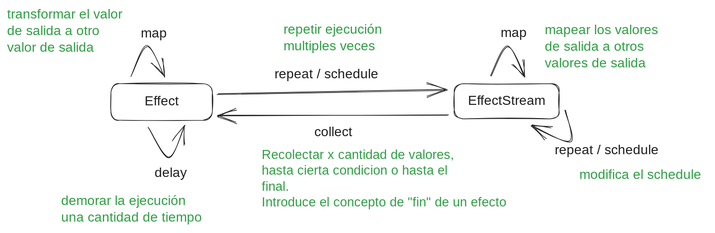
Above: packages/effecty/docs/effect-vs-effectstream-v1.excalidraw.svg in ulthar-software/ulthar-framework (Excalidraw), before the change. Source tidied: one line per element, renumbered; positions are measured from the earlier drawing's top-left corner, leaving out a move shared by most shapes.
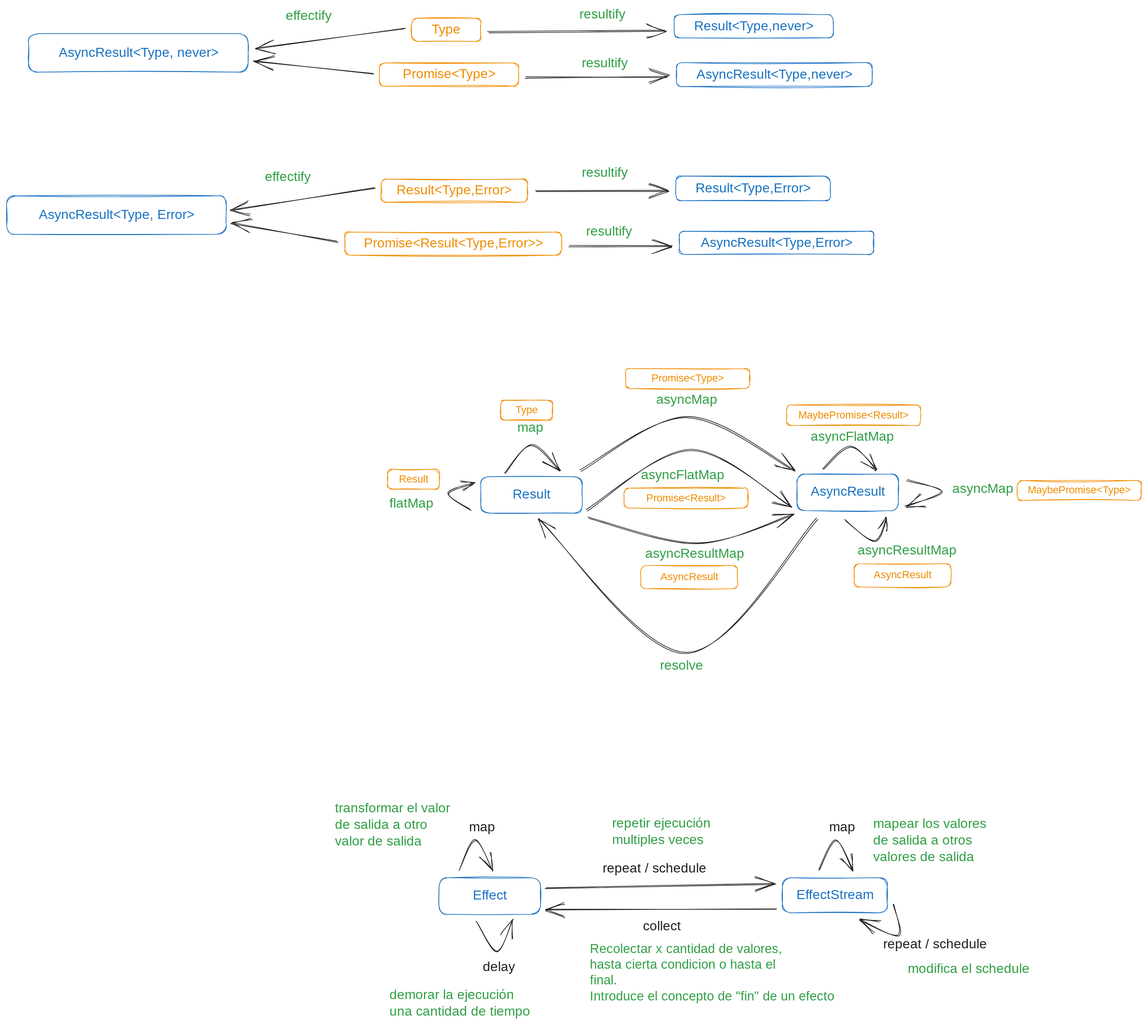
Later version of the same file.

Change to the diagram source:
```diff
@@ -1,7 +1,7 @@
-{"id": 0, "type": "rectangle", "strokeColor": "#1e1e1e", "strokeWidth": 1, "roughness": 1, "round": true, "x": 157, "y": 116, "width": 153, "height": 55}
+{"id": 0, "type": "rectangle", "strokeColor": "#1971c2", "strokeWidth": 1, "roughness": 1, "round": true, "x": 157, "y": 116, "width": 153, "height": 55}
-{"id": 1, "type": "text", "text": "Effect", "strokeColor": "#1e1e1e", "strokeWidth": 1, "roughness": 1, "fontSize": 20, "fontFamily": 1, "textAlign": "center", "verticalAlign": "middle", "inside": 0, "x": 201, "y": 131, "width": 65, "height": 25}
+{"id": 1, "type": "text", "text": "Effect", "strokeColor": "#1971c2", "strokeWidth": 1, "roughness": 1, "fontSize": 20, "fontFamily": 1, "textAlign": "center", "verticalAlign": "middle", "inside": 0, "x": 201, "y": 131, "width": 65, "height": 25}
-{"id": 2, "type": "rectangle", "strokeColor": "#1e1e1e", "strokeWidth": 1, "roughness": 1, "round": true, "x": 675, "y": 116, "width": 158, "height": 53}
+{"id": 2, "type": "rectangle", "strokeColor": "#1971c2", "strokeWidth": 1, "roughness": 1, "round": true, "x": 675, "y": 116, "width": 158, "height": 53}
-{"id": 3, "type": "text", "text": "EffectStream", "strokeColor": "#1e1e1e", "strokeWidth": 1, "roughness": 1, "fontSize": 20, "fontFamily": 1, "textAlign": "center", "verticalAlign": "middle", "inside": 2, "x": 686, "y": 130, "width": 134, "height": 25}
+{"id": 3, "type": "text", "text": "EffectStream", "strokeColor": "#1971c2", "strokeWidth": 1, "roughness": 1, "fontSize": 20, "fontFamily": 1, "textAlign": "center", "verticalAlign": "middle", "inside": 2, "x": 686, "y": 130, "width": 134, "height": 25}
 {"id": 4, "type": "text", "text": "repeat / schedule", "strokeColor": "#1e1e1e", "strokeWidth": 1, "roughness": 1, "fontSize": 20, "fontFamily": 1, "x": 403, "y": 90, "width": 176, "height": 25}
 {"id": 5, "type": "arrow", "strokeColor": "#1e1e1e", "strokeWidth": 1, "roughness": 1, "endArrowhead": "arrow", "round": true, "from": 0, "to": 0, "x": 212, "y": 183, "width": 56, "height": 49, "points": [[0, 0], [31, 44], [56, -4]]}
 {"id": 6, "type": "text", "text": "delay", "strokeColor": "#1e1e1e", "strokeWidth": 1, "roughness": 1, "fontSize": 20, "fontFamily": 1, "x": 222, "y": 239, "width": 50, "height": 25}
@@ -20,3 +20,75 @@
 {"id": 19, "type": "text", "text": "repeat / schedule", "strokeColor": "#1e1e1e", "strokeWidth": 1, "roughness": 1, "fontSize": 20, "fontFamily": 1, "x": 826, "y": 205, "width": 176, "height": 25}
 {"id": 20, "type": "arrow", "strokeColor": "#1e1e1e", "strokeWidth": 1, "roughness": 1, "endArrowhead": "arrow", "round": true, "from": 2, "x": 842, "y": 155, "width": 57, "height": 48, "points": [[0, 0], [7, 48], [-49, 25]]}
 {"id": 21, "type": "text", "text": "modifica el schedule", "strokeColor": "#2f9e44", "strokeWidth": 1, "roughness": 1, "fontSize": 20, "fontFamily": 1, "x": 864, "y": 242, "width": 194, "height": 25}
+{"id": 22, "type": "rectangle", "strokeColor": "#1971c2", "strokeWidth": 1, "roughness": 1, "round": true, "x": 220, "y": -488, "width": 153, "height": 55}
+{"id": 23, "type": "text", "text": "Result", "strokeColor": "#1971c2", "strokeWidth": 1, "roughness": 1, "fontSize": 20, "fontFamily": 1, "textAlign": "center", "verticalAlign": "middle", "inside": 22, "x": 265, "y": -473, "width": 63, "height": 25}
+{"id": 24, "type": "arrow", "strokeColor": "#1e1e1e", "strokeWidth": 1, "roughness": 1, "endArrowhead": "arrow", "round": true, "from": 22, "to": 25, "x": 370, "y": -498, "width": 323, "height": 81, "points": [[0, 0], [160, -80], [323, 1]]}
+{"id": 25, "type": "rectangle", "strokeColor": "#1971c2", "strokeWidth": 1, "roughness": 1, "round": true, "x": 697, "y": -492, "width": 153, "height": 55}
+{"id": 26, "type": "text", "text": "AsyncResult", "strokeColor": "#1971c2", "strokeWidth": 1, "roughness": 1, "fontSize": 20, "fontFamily": 1, "textAlign": "center", "verticalAlign": "middle", "inside": 25, "x": 715, "y": -477, "width": 116, "height": 25}
+{"id": 27, "type": "arrow", "strokeColor": "#1e1e1e", "strokeWidth": 1, "roughness": 1, "endArrowhead": "arrow", "round": true, "from": 25, "to": 22, "x": 727, "y": -425, "width": 420, "height": 203, "points": [[0, 0], [-198, 203], [-420, 1]]}
+{"id": 28, "type": "text", "text": "resolve", "strokeColor": "#2f9e44", "strokeWidth": 1, "roughness": 1, "fontSize": 20, "fontFamily": 1, "x": 490, "y": -215, "width": 68, "height": 25}
+{"id": 29, "type": "text", "text": "asyncMap", "strokeColor": "#2f9e44", "strokeWidth": 1, "roughness": 1, "fontSize": 20, "fontFamily": 1, "x": 485, "y": -616, "width": 91, "height": 25}
+{"id": 30, "type": "arrow", "strokeColor": "#1e1e1e", "strokeWidth": 1, "roughness": 1, "endArrowhead": "arrow", "round": true, "from": 25, "to": 25, "x": 736, "y": -499, "width": 81, "height": 35, "points": [[0, 0], [42, -35], [81, 0]]}
+{"id": 31, "type": "text", "text": "asyncFlatMap", "strokeColor": "#2f9e44", "strokeWidth": 1, "roughness": 1, "fontSize": 20, "fontFamily": 1, "x": 717, "y": -560, "width": 133, "height": 25}
+{"id": 32, "type": "arrow", "strokeColor": "#1e1e1e", "strokeWidth": 1, "roughness": 1, "endArrowhead": "arrow", "round": true, "from": 22, "to": 22, "x": 256, "y": -493, "width": 84, "height": 44, "points": [[0, 0], [41, -44], [84, -4]]}
+{"id": 33, "type": "text", "text": "map", "strokeColor": "#2f9e44", "strokeWidth": 1, "roughness": 1, "fontSize": 20, "fontFamily": 1, "x": 275, "y": -574, "width": 36, "height": 25}
+{"id": 34, "type": "rectangle", "strokeColor": "#f08c00", "strokeWidth": 1, "roughness": 1, "round": true, "x": 69, "y": -937, "width": 221, "height": 35}
+{"id": 35, "type": "text", "text": "Result<Type,Error>", "strokeColor": "#f08c00", "strokeWidth": 1, "roughness": 1, "fontSize": 20, "fontFamily": 3, "textAlign": "center", "verticalAlign": "middle", "inside": 34, "x": 74, "y": -931, "width": 211, "height": 24}
+{"id": 36, "type": "arrow", "strokeColor": "#1e1e1e", "strokeWidth": 1, "roughness": 1, "endArrowhead": "arrow", "round": true, "from": 34, "to": 39, "x": 303, "y": -918, "width": 198, "height": 1, "points": [[0, 0], [198, -1]]}
+{"id": 37, "type": "rectangle", "strokeColor": "#f08c00", "strokeWidth": 1, "roughness": 1, "round": true, "x": 15, "y": -857, "width": 327, "height": 35}
+{"id": 38, "type": "text", "text": "Promise<Result<Type,Error>>", "strokeColor": "#f08c00", "strokeWidth": 1, "roughness": 1, "fontSize": 20, "fontFamily": 3, "textAlign": "center", "verticalAlign": "middle", "inside": 37, "x": 20, "y": -852, "width": 316, "height": 24}
+{"id": 39, "type": "rectangle", "strokeColor": "#1971c2", "strokeWidth": 1, "roughness": 1, "round": true, "x": 514, "y": -941, "width": 233, "height": 37}
+{"id": 40, "type": "text", "text": "Result<Type,Error>", "strokeColor": "#1971c2", "strokeWidth": 1, "roughness": 1, "fontSize": 20, "fontFamily": 3, "textAlign": "center", "verticalAlign": "middle", "inside": 39, "x": 525, "y": -935, "width": 211, "height": 24}
+{"id": 41, "type": "text", "text": "resultify", "strokeColor": "#2f9e44", "strokeWidth": 1, "roughness": 1, "fontSize": 20, "fontFamily": 1, "x": 372, "y": -959, "width": 82, "height": 25}
+{"id": 42, "type": "arrow", "strokeColor": "#1e1e1e", "strokeWidth": 1, "roughness": 1, "endArrowhead": "arrow", "round": true, "from": 37, "to": 43, "x": 353, "y": -836, "width": 156, "height": 0, "points": [[0, 0], [156, 0]]}
+{"id": 43, "type": "rectangle", "strokeColor": "#1971c2", "strokeWidth": 1, "roughness": 1, "round": true, "x": 519, "y": -858, "width": 293, "height": 35}
+{"id": 44, "type": "text", "text": "AsyncResult<Type,Error>", "strokeColor": "#1971c2", "strokeWidth": 1, "roughness": 1, "fontSize": 20, "fontFamily": 3, "textAlign": "center", "verticalAlign": "middle", "inside": 43, "x": 531, "y": -853, "width": 270, "height": 24}
+{"id": 45, "type": "text", "text": "resultify", "strokeColor": "#2f9e44", "strokeWidth": 1, "roughness": 1, "fontSize": 20, "fontFamily": 1, "x": 379, "y": -869, "width": 82, "height": 25}
+{"id": 46, "type": "rectangle", "strokeColor": "#f08c00", "strokeWidth": 1, "roughness": 1, "round": true, "x": 116, "y": -1179, "width": 104, "height": 35}
+{"id": 47, "type": "text", "text": "Type", "strokeColor": "#f08c00", "strokeWidth": 1, "roughness": 1, "fontSize": 20, "fontFamily": 3, "textAlign": "center", "verticalAlign": "middle", "inside": 46, "x": 144, "y": -1174, "width": 47, "height": 24}
+{"id": 48, "type": "arrow", "strokeColor": "#1e1e1e", "strokeWidth": 1, "roughness": 1, "endArrowhead": "arrow", "round": true, "from": 46, "to": 49, "x": 230, "y": -1158, "width": 268, "height": 3, "points": [[0, 0], [268, -3]]}
+{"id": 49, "type": "rectangle", "strokeColor": "#1971c2", "strokeWidth": 1, "roughness": 1, "round": true, "x": 511, "y": -1185, "width": 240, "height": 35}
+{"id": 50, "type": "text", "text": "Result<Type,never>", "strokeColor": "#1971c2", "strokeWidth": 1, "roughness": 1, "fontSize": 20, "fontFamily": 3, "textAlign": "center", "verticalAlign": "middle", "inside": 49, "x": 526, "y": -1179, "width": 211, "height": 24}
+{"id": 51, "type": "text", "text": "resultify", "strokeColor": "#2f9e44", "strokeWidth": 1, "roughness": 1, "fontSize": 20, "fontFamily": 1, "x": 369, "y": -1197, "width": 82, "height": 25}
+{"id": 52, "type": "rectangle", "strokeColor": "#f08c00", "strokeWidth": 1, "roughness": 1, "round": true, "x": 67, "y": -1112, "width": 210, "height": 35}
+{"id": 53, "type": "text", "text": "Promise<Type>", "strokeColor": "#f08c00", "strokeWidth": 1, "roughness": 1, "fontSize": 20, "fontFamily": 3, "textAlign": "center", "verticalAlign": "middle", "inside": 52, "x": 96, "y": -1107, "width": 152, "height": 24}
+{"id": 54, "type": "arrow", "strokeColor": "#1e1e1e", "strokeWidth": 1, "roughness": 1, "endArrowhead": "arrow", "round": true, "from": 52, "to": 55, "x": 288, "y": -1090, "width": 214, "height": 0, "points": [[0, 0], [214, 0]]}
+{"id": 55, "type": "rectangle", "strokeColor": "#1971c2", "strokeWidth": 1, "roughness": 1, "round": true, "x": 515, "y": -1112, "width": 295, "height": 36}
+{"id": 56, "type": "text", "text": "AsyncResult<Type,never>", "strokeColor": "#1971c2", "strokeWidth": 1, "roughness": 1, "fontSize": 20, "fontFamily": 3, "textAlign": "center", "verticalAlign": "middle", "inside": 55, "x": 528, "y": -1106, "width": 270, "height": 24}
+{"id": 57, "type": "text", "text": "resultify", "strokeColor": "#2f9e44", "strokeWidth": 1, "roughness": 1, "fontSize": 20, "fontFamily": 1, "x": 372, "y": -1123, "width": 82, "height": 25}
+{"id": 58, "type": "rectangle", "strokeColor": "#1971c2", "strokeWidth": 1, "roughness": 1, "round": true, "x": -495, "y": -912, "width": 331, "height": 58}
+{"id": 59, "type": "text", "text": "AsyncResult<Type, Error>", "strokeColor": "#1971c2", "strokeWidth": 1, "roughness": 1, "fontSize": 20, "fontFamily": 3, "textAlign": "center", "verticalAlign": "middle", "inside": 58, "x": -470, "y": -895, "width": 281, "height": 24}
+{"id": 60, "type": "rectangle", "strokeColor": "#1971c2", "strokeWidth": 1, "roughness": 1, "round": true, "x": -462, "y": -1156, "width": 331, "height": 58}
+{"id": 61, "type": "text", "text": "AsyncResult<Type, never>", "strokeColor": "#1971c2", "strokeWidth": 1, "roughness": 1, "fontSize": 20, "fontFamily": 3, "textAlign": "center", "verticalAlign": "middle", "inside": 60, "x": -437, "y": -1139, "width": 281, "height": 24}
+{"id": 62, "type": "arrow", "strokeColor": "#1e1e1e", "strokeWidth": 1, "roughness": 1, "endArrowhead": "arrow", "round": true, "from": 46, "to": 60, "x": 106, "y": -1163, "width": 226, "height": 29, "points": [[0, 0], [-226, 29]]}
+{"id": 63, "type": "arrow", "strokeColor": "#1e1e1e", "strokeWidth": 1, "roughness": 1, "endArrowhead": "arrow", "round": true, "from": 52, "to": 60, "x": 58, "y": -1095, "width": 180, "height": 19, "points": [[0, 0], [-180, -19]]}
+{"id": 64, "type": "arrow", "strokeColor": "#1e1e1e", "strokeWidth": 1, "roughness": 1, "endArrowhead": "arrow", "round": true, "from": 34, "to": 58, "x": 60, "y": -922, "width": 218, "height": 32, "points": [[0, 0], [-218, 32]]}
+{"id": 65, "type": "arrow", "strokeColor": "#1e1e1e", "strokeWidth": 1, "roughness": 1, "endArrowhead": "arrow", "round": true, "from": 37, "to": 58, "x": 3, "y": -842, "width": 160, "height": 28, "points": [[0, 0], [-160, -28]]}
+{"id": 66, "type": "text", "text": "effectify", "strokeColor": "#2f9e44", "strokeWidth": 1, "roughness": 1, "fontSize": 20, "fontFamily": 3, "x": -74, "y": -1195, "width": 105, "height": 24}
+{"id": 67, "type": "text", "text": "effectify", "strokeColor": "#2f9e44", "strokeWidth": 1, "roughness": 1, "fontSize": 20, "fontFamily": 3, "x": -106, "y": -952, "width": 105, "height": 24}
+{"id": 68, "type": "rectangle", "strokeColor": "#f08c00", "strokeWidth": 1, "roughness": 1, "round": true, "x": 681, "y": -596, "width": 202, "height": 31}
+{"id": 69, "type": "text", "text": "MaybePromise<Result>", "strokeColor": "#f08c00", "strokeWidth": 1, "roughness": 1, "fontSize": 16, "fontFamily": 3, "textAlign": "center", "verticalAlign": "middle", "inside": 68, "x": 688, "y": -591, "width": 188, "height": 19}
+{"id": 70, "type": "rectangle", "strokeColor": "#f08c00", "strokeWidth": 1, "roughness": 1, "round": true, "x": 438, "y": -651, "width": 187, "height": 30}
+{"id": 71, "type": "text", "text": "Promise<Type>", "strokeColor": "#f08c00", "strokeWidth": 1, "roughness": 1, "fontSize": 16, "fontFamily": 3, "textAlign": "center", "verticalAlign": "middle", "inside": 70, "x": 471, "y": -646, "width": 122, "height": 19}
+{"id": 72, "type": "arrow", "strokeColor": "#1e1e1e", "strokeWidth": 1, "roughness": 1, "endArrowhead": "arrow", "round": true, "from": 25, "to": 25, "x": 863, "y": -483, "width": 56, "height": 39, "points": [[0, 0], [53, 17], [-3, 39]]}
+{"id": 73, "type": "text", "text": "asyncMap", "strokeColor": "#2f9e44", "strokeWidth": 1, "roughness": 1, "fontSize": 20, "fontFamily": 1, "x": 931, "y": -482, "width": 91, "height": 25}
+{"id": 74, "type": "rectangle", "strokeColor": "#f08c00", "strokeWidth": 1, "roughness": 1, "round": true, "x": 1029, "y": -483, "width": 187, "height": 30}
+{"id": 75, "type": "text", "text": "MaybePromise<Type>", "strokeColor": "#f08c00", "strokeWidth": 1, "roughness": 1, "fontSize": 16, "fontFamily": 3, "textAlign": "center", "verticalAlign": "middle", "inside": 74, "x": 1038, "y": -477, "width": 169, "height": 19}
+{"id": 76, "type": "rectangle", "strokeColor": "#f08c00", "strokeWidth": 1, "roughness": 1, "round": true, "x": 250, "y": -604, "width": 78, "height": 30}
+{"id": 77, "type": "text", "text": "Type", "strokeColor": "#f08c00", "strokeWidth": 1, "roughness": 1, "fontSize": 16, "fontFamily": 3, "textAlign": "center", "verticalAlign": "middle", "inside": 76, "x": 270, "y": -598, "width": 38, "height": 19}
+{"id": 78, "type": "arrow", "strokeColor": "#1e1e1e", "strokeWidth": 1, "roughness": 1, "endArrowhead": "arrow", "round": true, "from": 22, "to": 22, "x": 205, "y": -438, "width": 37, "height": 40, "points": [[0, 0], [-33, -25], [4, -40]]}
+{"id": 79, "type": "text", "text": "flatMap", "strokeColor": "#2f9e44", "strokeWidth": 1, "roughness": 1, "fontSize": 20, "fontFamily": 1, "x": 82, "y": -460, "width": 78, "height": 25}
+{"id": 80, "type": "rectangle", "strokeColor": "#f08c00", "strokeWidth": 1, "roughness": 1, "round": true, "x": 79, "y": -500, "width": 78, "height": 30}
+{"id": 81, "type": "text", "text": "Result", "strokeColor": "#f08c00", "strokeWidth": 1, "roughness": 1, "fontSize": 16, "fontFamily": 3, "textAlign": "center", "verticalAlign": "middle", "inside": 80, "x": 90, "y": -494, "width": 56, "height": 19}
+{"id": 82, "type": "arrow", "strokeColor": "#1e1e1e", "strokeWidth": 1, "roughness": 1, "endArrowhead": "arrow", "round": true, "from": 22, "to": 25, "x": 380, "y": -438, "width": 308, "height": 90, "points": [[0, 0], [155, -90], [308, -4]]}
+{"id": 83, "type": "text", "text": "asyncFlatMap", "strokeColor": "#2f9e44", "strokeWidth": 1, "roughness": 1, "fontSize": 20, "fontFamily": 1, "x": 461, "y": -503, "width": 133, "height": 25}
+{"id": 84, "type": "rectangle", "strokeColor": "#f08c00", "strokeWidth": 1, "roughness": 1, "round": true, "x": 436, "y": -471, "width": 187, "height": 30}
+{"id": 85, "type": "text", "text": "Promise<Result>", "strokeColor": "#f08c00", "strokeWidth": 1, "roughness": 1, "fontSize": 16, "fontFamily": 3, "textAlign": "center", "verticalAlign": "middle", "inside": 84, "x": 459, "y": -466, "width": 141, "height": 19}
+{"id": 86, "type": "text", "text": "asyncResultMap", "strokeColor": "#2f9e44", "strokeWidth": 1, "roughness": 1, "fontSize": 20, "fontFamily": 1, "x": 788, "y": -389, "width": 155, "height": 25}
+{"id": 87, "type": "rectangle", "strokeColor": "#f08c00", "strokeWidth": 1, "roughness": 1, "round": true, "x": 783, "y": -357, "width": 146, "height": 35}
+{"id": 88, "type": "text", "text": "AsyncResult", "strokeColor": "#f08c00", "strokeWidth": 1, "roughness": 1, "fontSize": 16, "fontFamily": 3, "textAlign": "center", "verticalAlign": "middle", "inside": 87, "x": 804, "y": -349, "width": 103, "height": 19}
+{"id": 89, "type": "arrow", "strokeColor": "#1e1e1e", "strokeWidth": 1, "roughness": 1, "endArrowhead": "arrow", "round": true, "from": 25, "to": 25, "x": 769, "y": -424, "width": 62, "height": 33, "points": [[0, 0], [43, 32], [62, -1]]}
+{"id": 90, "type": "text", "text": "asyncResultMap", "strokeColor": "#2f9e44", "strokeWidth": 1, "roughness": 1, "fontSize": 20, "fontFamily": 1, "x": 468, "y": -384, "width": 155, "height": 25}
+{"id": 91, "type": "arrow", "strokeColor": "#1e1e1e", "strokeWidth": 1, "roughness": 1, "endArrowhead": "arrow", "round": true, "from": 22, "to": 25, "x": 382, "y": -426, "width": 308, "height": 43, "points": [[0, 0], [165, 39], [308, -4]]}
+{"id": 92, "type": "rectangle", "strokeColor": "#f08c00", "strokeWidth": 1, "roughness": 1, "round": true, "x": 461, "y": -355, "width": 146, "height": 35}
+{"id": 93, "type": "text", "text": "AsyncResult", "strokeColor": "#f08c00", "strokeWidth": 1, "roughness": 1, "fontSize": 16, "fontFamily": 3, "textAlign": "center", "verticalAlign": "middle", "inside": 92, "x": 482, "y": -347, "width": 103, "height": 19}
```
